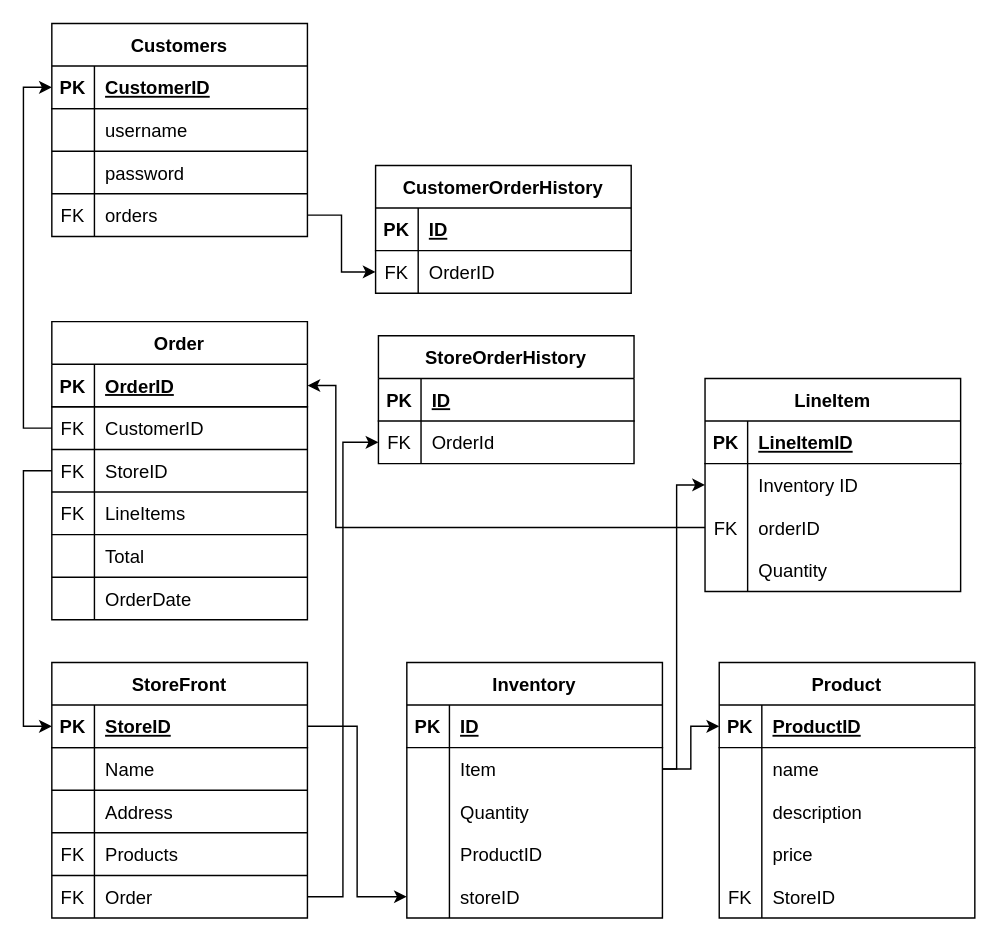
Earlier version of the draw.io diagram ERD.drawio (211206NET/Grajek-Lorna-p0). Source tidied: cells renumbered, new cells numbered last; positions are measured from the earlier drawing's top-left corner, leaving out a move shared by most shapes. Both pictures are drawn from the tidied source at 142%, with x=0, y=0 at pixel (23, 23).
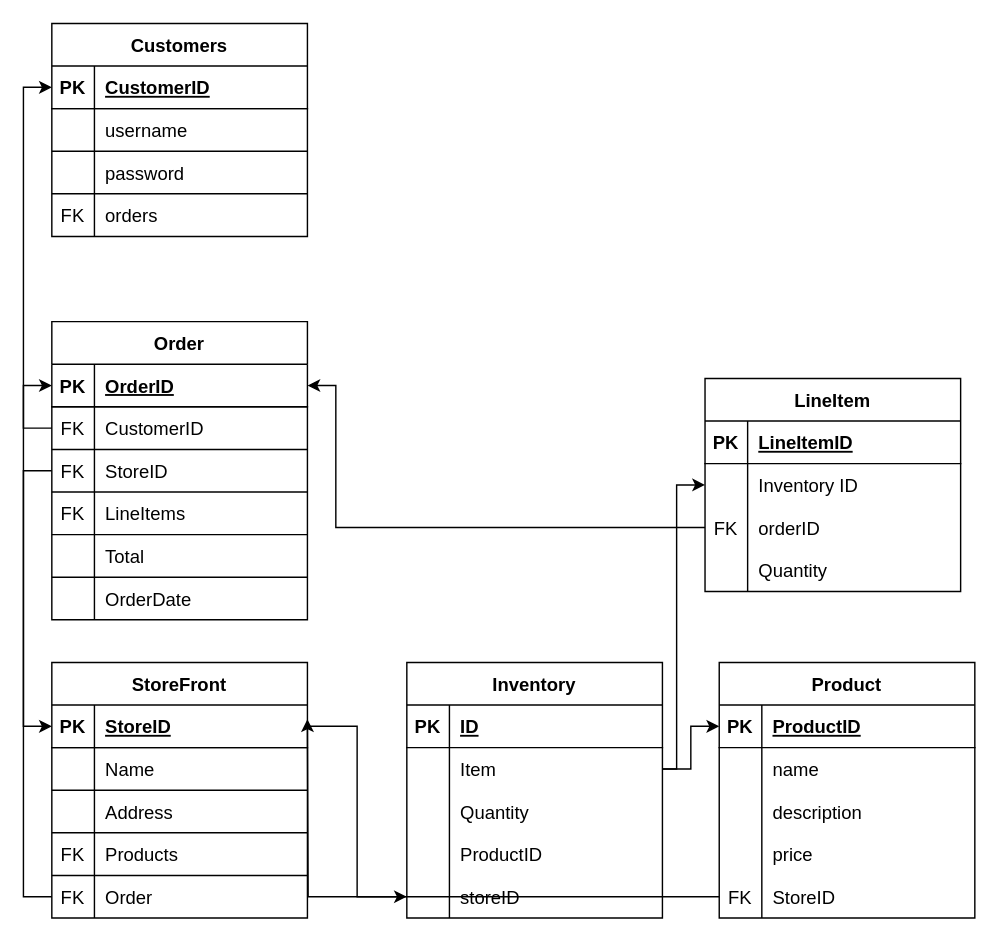
Above is the later version.

The change refers to these unchanged cells:
```xml
<mxCell id="12" style="shape=partialRectangle;fillColor=none;top=0;left=0;bottom=0;right=0;points=[[0,0.5],[1,0.5]];portConstraint=eastwest;fontSize=13;" parent="2" vertex="1">
  <mxGeometry y="120" width="180" height="30" as="geometry" />
</mxCell>
<mxCell id="17" style="shape=partialRectangle;fillColor=none;top=0;left=0;bottom=1;right=0;points=[[0,0.5],[1,0.5]];portConstraint=eastwest;fontSize=13;" parent="16" vertex="1">
  <mxGeometry y="30" width="180" height="30" as="geometry" />
</mxCell>
<mxCell id="48" style="shape=partialRectangle;fillColor=none;top=0;left=0;bottom=0;right=0;points=[[0,0.5],[1,0.5]];portConstraint=eastwest;fontSize=13;" parent="35" vertex="1">
  <mxGeometry y="150" width="180" height="30" as="geometry" />
</mxCell>
<mxCell id="94" style="shape=partialRectangle;fillColor=none;top=0;left=0;bottom=0;right=0;points=[[0,0.5],[1,0.5]];portConstraint=eastwest;fontSize=13;" parent="81" vertex="1">
  <mxGeometry y="150" width="180" height="30" as="geometry" />
</mxCell>
```

The edit, as a diff of the source:
```diff
@@
-    <mxCell id="51" value="CustomerOrderHistory" style="shape=table;startSize=30;childLayout=tableLayout;rowLines=0;fontStyle=1;align=center;fontSize=13;" parent="1" vertex="1">
-      <mxGeometry x="248" y="100" width="180" height="90" as="geometry" />
-    </mxCell>
-    <mxCell id="52" style="shape=partialRectangle;fillColor=none;top=0;left=0;bottom=1;right=0;fontSize=13;" parent="51" vertex="1">
-      <mxGeometry y="30" width="180" height="30" as="geometry" />
-    </mxCell>
-    <mxCell id="53" value="PK" style="shape=partialRectangle;fillColor=none;top=0;left=0;bottom=0;right=0;fontStyle=1;overflow=hidden;fontSize=13;" parent="52" vertex="1">
-      <mxGeometry width="30" height="30" as="geometry" />
-    </mxCell>
-    <mxCell id="54" value="ID" style="shape=partialRectangle;fillColor=none;top=0;left=0;bottom=0;right=0;align=left;spacingLeft=6;fontStyle=5;overflow=hidden;fontSize=13;" parent="52" vertex="1">
-      <mxGeometry x="30" width="150" height="30" as="geometry" />
-    </mxCell>
-    <mxCell id="55" style="shape=partialRectangle;fillColor=none;top=0;left=0;bottom=0;right=0;points=[[0,0.5],[1,0.5]];portConstraint=eastwest;fontSize=13;" parent="51" vertex="1">
-      <mxGeometry y="60" width="180" height="30" as="geometry" />
-    </mxCell>
-    <mxCell id="56" value="FK" style="shape=partialRectangle;fillColor=none;top=0;left=0;bottom=0;right=0;overflow=hidden;fontSize=13;" parent="55" vertex="1">
-      <mxGeometry width="30" height="30" as="geometry" />
-    </mxCell>
-    <mxCell id="57" value="OrderID" style="shape=partialRectangle;fillColor=none;top=0;left=0;bottom=0;right=0;align=left;spacingLeft=6;overflow=hidden;fontSize=13;" parent="55" vertex="1">
-      <mxGeometry x="30" width="150" height="30" as="geometry" />
-    </mxCell>
-    <mxCell id="58" value="StoreOrderHistory" style="shape=table;startSize=30;childLayout=tableLayout;rowLines=0;fontStyle=1;align=center;fontSize=13;" parent="1" vertex="1">
-      <mxGeometry x="250" y="220" width="180" height="90" as="geometry" />
-    </mxCell>
-    <mxCell id="59" style="shape=partialRectangle;fillColor=none;top=0;left=0;bottom=1;right=0;fontSize=13;" parent="58" vertex="1">
-      <mxGeometry y="30" width="180" height="30" as="geometry" />
-    </mxCell>
-    <mxCell id="60" value="PK" style="shape=partialRectangle;fillColor=none;top=0;left=0;bottom=0;right=0;fontStyle=1;overflow=hidden;fontSize=13;" parent="59" vertex="1">
-      <mxGeometry width="30" height="30" as="geometry" />
-    </mxCell>
-    <mxCell id="61" value="ID" style="shape=partialRectangle;fillColor=none;top=0;left=0;bottom=0;right=0;align=left;spacingLeft=6;fontStyle=5;overflow=hidden;fontSize=13;" parent="59" vertex="1">
-      <mxGeometry x="30" width="150" height="30" as="geometry" />
-    </mxCell>
-    <mxCell id="62" style="shape=partialRectangle;fillColor=none;top=0;left=0;bottom=0;right=0;points=[[0,0.5],[1,0.5]];portConstraint=eastwest;fontSize=13;" parent="58" vertex="1">
-      <mxGeometry y="60" width="180" height="30" as="geometry" />
-    </mxCell>
-    <mxCell id="63" value="FK" style="shape=partialRectangle;fillColor=none;top=0;left=0;bottom=0;right=0;overflow=hidden;fontSize=13;" parent="62" vertex="1">
-      <mxGeometry width="30" height="30" as="geometry" />
-    </mxCell>
-    <mxCell id="64" value="OrderId" style="shape=partialRectangle;fillColor=none;top=0;left=0;bottom=0;right=0;align=left;spacingLeft=6;overflow=hidden;fontSize=13;" parent="62" vertex="1">
-      <mxGeometry x="30" width="150" height="30" as="geometry" />
-    </mxCell>
@@
-    <mxCell id="115" style="edgeStyle=orthogonalEdgeStyle;rounded=0;jettySize=auto;html=1;entryX=0;entryY=0.5;entryDx=0;entryDy=0;fontSize=13;" parent="1" edge="1" source="48" target="62">
-      <mxGeometry relative="1" as="geometry" />
-    </mxCell>
-    <mxCell id="116" style="edgeStyle=orthogonalEdgeStyle;rounded=0;jettySize=auto;html=1;entryX=0;entryY=0.5;entryDx=0;entryDy=0;fontSize=13;" parent="1" edge="1" source="12" target="55">
-      <mxGeometry relative="1" as="geometry" />
-    </mxCell>
+    <mxCell id="117" style="edgeStyle=orthogonalEdgeStyle;rounded=0;jettySize=auto;html=1;entryX=0;entryY=0.5;entryDx=0;entryDy=0;" parent="1" edge="1" source="48" target="17">
+      <mxGeometry relative="1" as="geometry" />
+    </mxCell>
+    <mxCell id="118" style="edgeStyle=orthogonalEdgeStyle;rounded=0;jettySize=auto;html=1;" parent="1" edge="1" source="94">
+      <mxGeometry relative="1" as="geometry">
+        <mxPoint x="200" y="490" as="targetPoint" />
+      </mxGeometry>
+    </mxCell>
```
